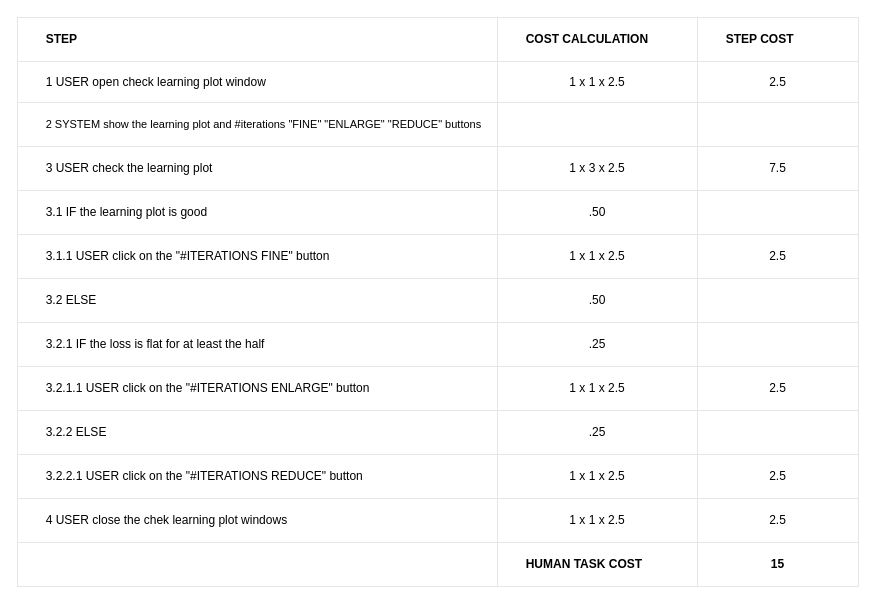
This is check_learning_plot_table.drawio from BaffoBello14/AutomaticDamagesRecognition, a draw.io file, before an edit. Source tidied: cells renumbered, new cells numbered last; positions are measured from the earlier drawing's top-left corner, leaving out a move shared by most shapes. Both pictures are drawn from the tidied source at 100%, with x=0, y=0 at pixel (17, 17).
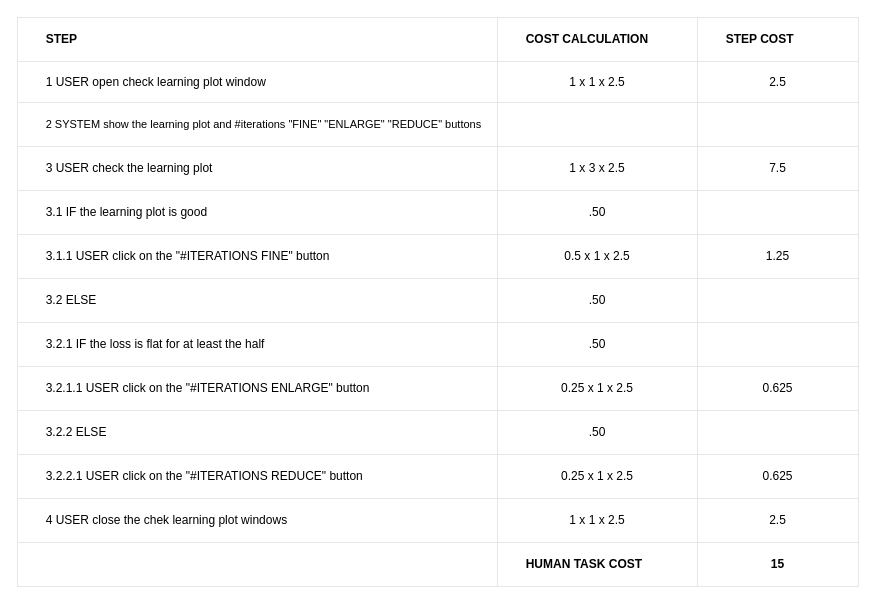
The same diagram, later.

The change refers to these unchanged cells:
```xml
<mxCell id="23" style="shape=tableRow;horizontal=0;startSize=0;swimlaneHead=0;swimlaneBody=0;top=0;left=0;bottom=0;right=0;fontStyle=0;fillColor=none;strokeColor=inherit;" parent="2" vertex="1">
  <mxGeometry y="217" width="841" height="44" as="geometry" />
</mxCell>
<mxCell id="31" style="shape=tableRow;horizontal=0;startSize=0;swimlaneHead=0;swimlaneBody=0;top=0;left=0;bottom=0;right=0;fontStyle=0;fillColor=none;strokeColor=inherit;" parent="2" vertex="1">
  <mxGeometry y="305" width="841" height="44" as="geometry" />
</mxCell>
<mxCell id="35" style="shape=tableRow;horizontal=0;startSize=0;swimlaneHead=0;swimlaneBody=0;top=0;left=0;bottom=0;right=0;fontStyle=0;fillColor=none;strokeColor=inherit;" parent="2" vertex="1">
  <mxGeometry y="349" width="841" height="44" as="geometry" />
</mxCell>
<mxCell id="39" style="shape=tableRow;horizontal=0;startSize=0;swimlaneHead=0;swimlaneBody=0;top=0;left=0;bottom=0;right=0;fontStyle=0;fillColor=none;strokeColor=inherit;" parent="2" vertex="1">
  <mxGeometry y="393" width="841" height="44" as="geometry" />
</mxCell>
<mxCell id="43" style="shape=tableRow;horizontal=0;startSize=0;swimlaneHead=0;swimlaneBody=0;top=0;left=0;bottom=0;right=0;fontStyle=0;fillColor=none;strokeColor=inherit;" parent="2" vertex="1">
  <mxGeometry y="437" width="841" height="44" as="geometry" />
</mxCell>
```

What changed in the source:
```diff
@@
-    <mxCell id="25" value="1 x 1 x 2.5" style="strokeColor=inherit;fillColor=none;align=center;whiteSpace=wrap;html=1;" parent="23" vertex="1">
+    <mxCell id="25" value="0.5 x 1 x 2.5" style="strokeColor=inherit;fillColor=none;align=center;whiteSpace=wrap;html=1;" parent="23" vertex="1">
       <mxGeometry x="480" width="200" height="44" as="geometry" />
     </mxCell>
-    <mxCell id="26" value="2.5" style="strokeColor=inherit;fillColor=none;align=center;whiteSpace=wrap;html=1;" parent="23" vertex="1">
+    <mxCell id="26" value="1.25" style="strokeColor=inherit;fillColor=none;align=center;whiteSpace=wrap;html=1;" parent="23" vertex="1">
       <mxGeometry x="680" width="161" height="44" as="geometry" />
     </mxCell>
@@
-    <mxCell id="33" value=".25" style="strokeColor=inherit;fillColor=none;align=center;whiteSpace=wrap;html=1;" parent="31" vertex="1">
+    <mxCell id="33" value=".50" style="strokeColor=inherit;fillColor=none;align=center;whiteSpace=wrap;html=1;" parent="31" vertex="1">
       <mxGeometry x="480" width="200" height="44" as="geometry" />
     </mxCell>
@@
-    <mxCell id="37" value="1 x 1 x 2.5" style="strokeColor=inherit;fillColor=none;align=center;whiteSpace=wrap;html=1;" parent="35" vertex="1">
+    <mxCell id="37" value="0.25 x 1 x 2.5" style="strokeColor=inherit;fillColor=none;align=center;whiteSpace=wrap;html=1;" parent="35" vertex="1">
       <mxGeometry x="480" width="200" height="44" as="geometry" />
     </mxCell>
-    <mxCell id="38" value="2.5" style="strokeColor=inherit;fillColor=none;align=center;whiteSpace=wrap;html=1;" parent="35" vertex="1">
+    <mxCell id="38" value="0.625" style="strokeColor=inherit;fillColor=none;align=center;whiteSpace=wrap;html=1;" parent="35" vertex="1">
       <mxGeometry x="680" width="161" height="44" as="geometry" />
     </mxCell>
@@
-    <mxCell id="41" value=".25" style="strokeColor=inherit;fillColor=none;align=center;whiteSpace=wrap;html=1;" parent="39" vertex="1">
+    <mxCell id="41" value=".50" style="strokeColor=inherit;fillColor=none;align=center;whiteSpace=wrap;html=1;" parent="39" vertex="1">
       <mxGeometry x="480" width="200" height="44" as="geometry" />
     </mxCell>
@@
-    <mxCell id="45" value="1 x 1 x 2.5" style="strokeColor=inherit;fillColor=none;align=center;whiteSpace=wrap;html=1;" parent="43" vertex="1">
+    <mxCell id="45" value="0.25 x 1 x 2.5" style="strokeColor=inherit;fillColor=none;align=center;whiteSpace=wrap;html=1;" parent="43" vertex="1">
       <mxGeometry x="480" width="200" height="44" as="geometry" />
     </mxCell>
-    <mxCell id="46" value="2.5" style="strokeColor=inherit;fillColor=none;align=center;whiteSpace=wrap;html=1;" parent="43" vertex="1">
+    <mxCell id="46" value="0.625" style="strokeColor=inherit;fillColor=none;align=center;whiteSpace=wrap;html=1;" parent="43" vertex="1">
       <mxGeometry x="680" width="161" height="44" as="geometry" />
     </mxCell>
```
